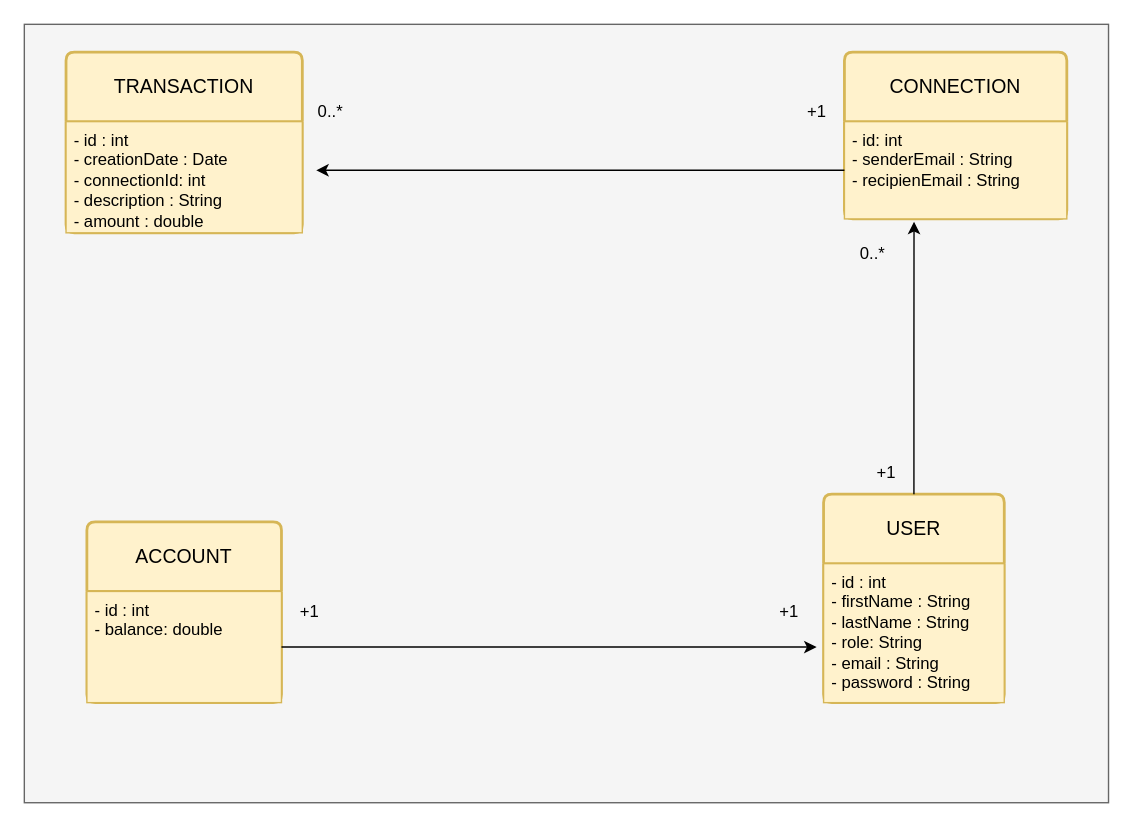
This is mcd-pmb.drawio from PhilAuto83/PayMyBuddy-PM, a draw.io file, before an edit. Source tidied: cells renumbered, new cells numbered last; positions are measured from the earlier drawing's top-left corner, leaving out a move shared by most shapes. Both pictures are drawn from the tidied source at 139%, with x=0, y=0 at pixel (24, 24).
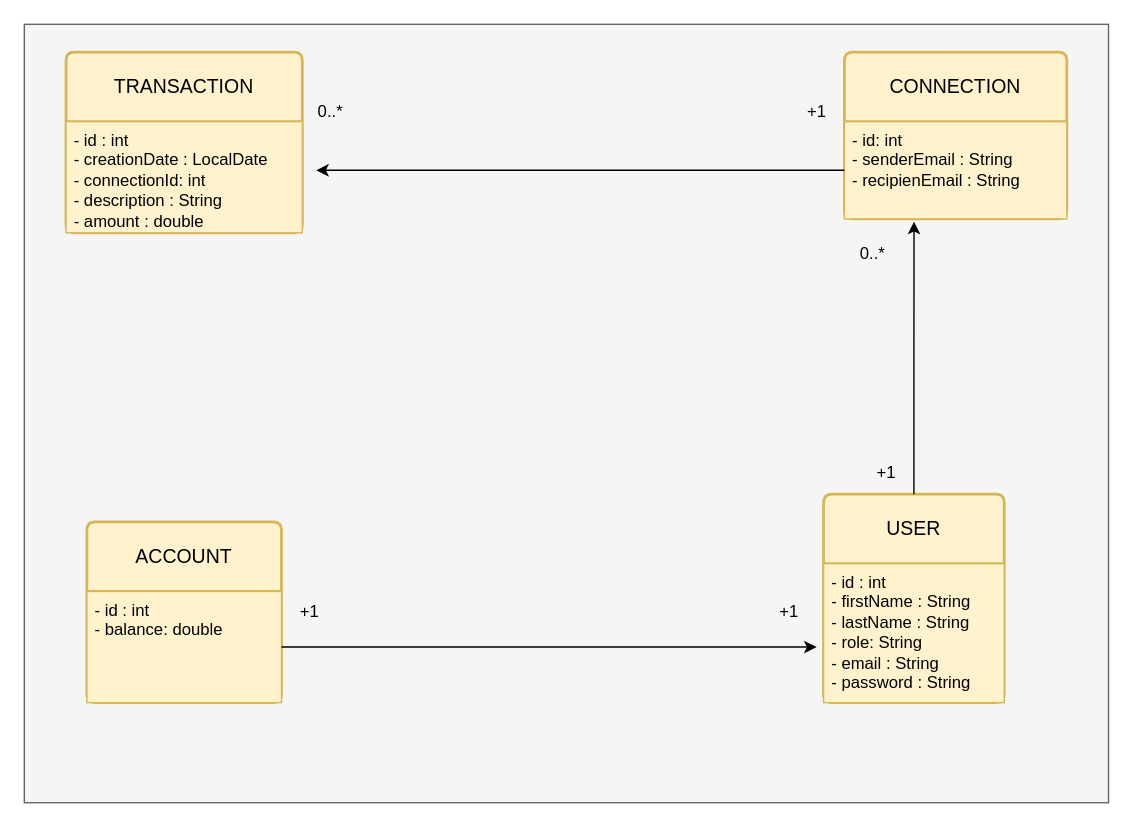
Above is the later version.

Unchanged cells that the change refers to:
```xml
<mxCell id="5" value="TRANSACTION" style="swimlane;horizontal=1;startSize=50;rounded=1;fontSize=14;fontStyle=0;strokeWidth=2;shadow=0;dashed=0;align=center;arcSize=4;whiteSpace=wrap;html=1;fillColor=#fff2cc;strokeColor=#d6b656;" parent="1" vertex="1">
  <mxGeometry x="30" y="20" width="170" height="130" as="geometry" />
</mxCell>
```

Change to the diagram source:
```diff
@@
-    <mxCell id="6" value="- id : int&lt;div&gt;- creationDate : Date&lt;br&gt;&lt;div&gt;- connectionId: int&lt;/div&gt;&lt;div&gt;- description : String&lt;/div&gt;&lt;div&gt;- amount : double&lt;/div&gt;&lt;/div&gt;" style="align=left;strokeColor=#d6b656;fillColor=#fff2cc;spacingLeft=4;fontSize=12;verticalAlign=top;html=1;" parent="5" vertex="1">
+    <mxCell id="6" value="- id : int&lt;div&gt;- creationDate : LocalDate&lt;br&gt;&lt;div&gt;- connectionId: int&lt;/div&gt;&lt;div&gt;- description : String&lt;/div&gt;&lt;div&gt;- amount : double&lt;/div&gt;&lt;/div&gt;" style="align=left;strokeColor=#d6b656;fillColor=#fff2cc;spacingLeft=4;fontSize=12;verticalAlign=top;html=1;" parent="5" vertex="1">
       <mxGeometry y="50" width="170" height="80" as="geometry" />
     </mxCell>
```
